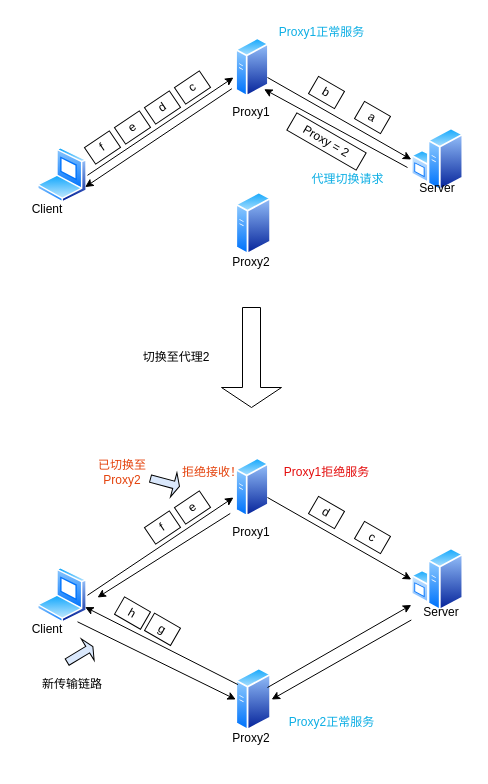
Earlier version of the draw.io diagram proxy.drawio (Norton-Lin/Picture). Source tidied: cells renumbered, new cells numbered last; positions are measured from the earlier drawing's top-left corner, leaving out a move shared by most shapes. Both pictures are drawn from the tidied source at 100%, with x=0, y=0 at pixel (17, 17).
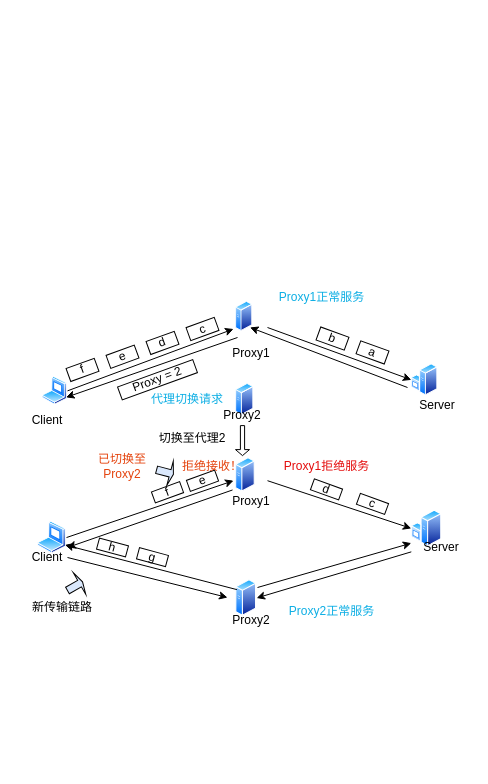
Above is the later version.

Diff of the diagram source:
```diff
@@
-    <mxCell id="2" style="image;perimeter=ellipsePerimeter;html=1;align=center;shadow=0;dashed=0;spacingTop=3;image=img/lib/active_directory/laptop_client.svg;" parent="1" vertex="1">
-      <mxGeometry x="20" y="130" width="50" height="55.6" as="geometry" />
-    </mxCell>
-    <mxCell id="3" style="image;perimeter=ellipsePerimeter;html=1;align=center;shadow=0;dashed=0;spacingTop=3;image=img/lib/active_directory/windows_server.svg;" parent="1" vertex="1">
-      <mxGeometry x="393.8" y="110" width="52.5" height="64" as="geometry" />
-    </mxCell>
-    <mxCell id="4" style="image;perimeter=ellipsePerimeter;html=1;align=center;shadow=0;dashed=0;spacingTop=3;image=img/lib/active_directory/generic_server.svg;" parent="1" vertex="1">
-      <mxGeometry x="218.2" y="20" width="33.6" height="60" as="geometry" />
-    </mxCell>
-    <mxCell id="5" style="image;perimeter=ellipsePerimeter;html=1;align=center;shadow=0;dashed=0;spacingTop=3;image=img/lib/active_directory/generic_server.svg;" parent="1" vertex="1">
-      <mxGeometry x="218.3" y="174" width="35.8" height="64" as="geometry" />
-    </mxCell>
-    <mxCell id="6" value="Client" style="text;html=1;align=center;verticalAlign=middle;whiteSpace=wrap;rounded=0;" parent="1" vertex="1">
-      <mxGeometry y="176.8" width="60" height="30" as="geometry" />
-    </mxCell>
-    <mxCell id="7" value="Server" style="text;html=1;align=center;verticalAlign=middle;whiteSpace=wrap;rounded=0;" parent="1" vertex="1">
-      <mxGeometry x="390" y="155.6" width="60" height="30" as="geometry" />
-    </mxCell>
-    <mxCell id="8" value="Proxy1" style="text;html=1;align=center;verticalAlign=middle;whiteSpace=wrap;rounded=0;" parent="1" vertex="1">
-      <mxGeometry x="204" y="80" width="60" height="30" as="geometry" />
-    </mxCell>
-    <mxCell id="9" value="Proxy2" style="text;html=1;align=center;verticalAlign=middle;whiteSpace=wrap;rounded=0;" parent="1" vertex="1">
-      <mxGeometry x="204" y="230" width="60" height="30" as="geometry" />
-    </mxCell>
-    <mxCell id="10" style="endArrow=classic;html=1;rounded=0;exitX=1;exitY=0.5;exitDx=0;exitDy=0;" parent="1" edge="1" source="2">
-      <mxGeometry relative="1" as="geometry">
-        <mxPoint x="216" y="60" as="targetPoint" />
-      </mxGeometry>
-    </mxCell>
-    <mxCell id="11" value="f" style="rounded=0;whiteSpace=wrap;html=1;rotation=-34;" parent="1" vertex="1">
-      <mxGeometry x="70" y="120" width="30" height="20" as="geometry" />
-    </mxCell>
-    <mxCell id="12" value="e" style="rounded=0;whiteSpace=wrap;html=1;rotation=-34;" parent="1" vertex="1">
-      <mxGeometry x="100" y="100" width="30" height="20" as="geometry" />
-    </mxCell>
-    <mxCell id="13" value="d" style="rounded=0;whiteSpace=wrap;html=1;rotation=-34;" parent="1" vertex="1">
-      <mxGeometry x="130" y="80" width="30" height="20" as="geometry" />
-    </mxCell>
-    <mxCell id="14" value="c" style="rounded=0;whiteSpace=wrap;html=1;rotation=-34;" parent="1" vertex="1">
-      <mxGeometry x="160" y="60" width="30" height="20" as="geometry" />
-    </mxCell>
-    <mxCell id="15" style="endArrow=classic;html=1;rounded=0;entryX=0;entryY=0.5;entryDx=0;entryDy=0;" parent="1" edge="1" target="3">
-      <mxGeometry relative="1" as="geometry">
-        <mxPoint x="250" y="60" as="sourcePoint" />
-      </mxGeometry>
-    </mxCell>
-    <mxCell id="16" value="b" style="rounded=0;whiteSpace=wrap;html=1;rotation=30;" parent="1" vertex="1">
-      <mxGeometry x="294" y="65" width="30" height="20" as="geometry" />
-    </mxCell>
-    <mxCell id="17" value="a" style="rounded=0;whiteSpace=wrap;html=1;rotation=30;" parent="1" vertex="1">
-      <mxGeometry x="340" y="90" width="30" height="20" as="geometry" />
-    </mxCell>
-    <mxCell id="18" style="endArrow=classic;html=1;rounded=0;entryX=1;entryY=1;entryDx=0;entryDy=0;" parent="1" edge="1" target="4">
-      <mxGeometry relative="1" as="geometry">
-        <mxPoint x="390" y="150" as="sourcePoint" />
-      </mxGeometry>
-    </mxCell>
-    <mxCell id="19" value="Proxy = 2" style="rounded=0;whiteSpace=wrap;html=1;rotation=30;" parent="1" vertex="1">
-      <mxGeometry x="269" y="114" width="80" height="20" as="geometry" />
-    </mxCell>
-    <mxCell id="20" style="endArrow=classic;html=1;rounded=0;exitX=-0.114;exitY=0.853;exitDx=0;exitDy=0;exitPerimeter=0;entryX=1;entryY=0.75;entryDx=0;entryDy=0;" parent="1" edge="1" source="4" target="2">
-      <mxGeometry relative="1" as="geometry" />
-    </mxCell>
     <mxCell id="21" style="group;" parent="1" vertex="1">
-      <mxGeometry y="440" width="450" height="310" as="geometry" />
+      <mxGeometry y="440" width="450" height="180" as="geometry" />
     </mxCell>
     <mxCell id="22" style="image;perimeter=ellipsePerimeter;html=1;align=center;shadow=0;dashed=0;spacingTop=3;image=img/lib/active_directory/laptop_client.svg;" parent="21" vertex="1">
-      <mxGeometry x="20" y="110" width="50" height="55.6" as="geometry" />
+      <mxGeometry x="20" y="63.9" width="29" height="32.3" as="geometry" />
     </mxCell>
     <mxCell id="23" style="image;perimeter=ellipsePerimeter;html=1;align=center;shadow=0;dashed=0;spacingTop=3;image=img/lib/active_directory/windows_server.svg;" parent="21" vertex="1">
-      <mxGeometry x="393.8" y="90" width="52.5" height="64" as="geometry" />
+      <mxGeometry x="393.8" y="52.3" width="30.5" height="37.2" as="geometry" />
     </mxCell>
     <mxCell id="24" style="image;perimeter=ellipsePerimeter;html=1;align=center;shadow=0;dashed=0;spacingTop=3;image=img/lib/active_directory/generic_server.svg;" parent="21" vertex="1">
-      <mxGeometry x="218.2" width="33.6" height="60" as="geometry" />
+      <mxGeometry x="218.2" width="19.5" height="34.8" as="geometry" />
     </mxCell>
     <mxCell id="25" style="image;perimeter=ellipsePerimeter;html=1;align=center;shadow=0;dashed=0;spacingTop=3;image=img/lib/active_directory/generic_server.svg;" parent="21" vertex="1">
-      <mxGeometry x="218.3" y="210" width="35.8" height="64" as="geometry" />
+      <mxGeometry x="218.3" y="121.9" width="20.8" height="37.2" as="geometry" />
     </mxCell>
     <mxCell id="26" value="Client" style="text;html=1;align=center;verticalAlign=middle;whiteSpace=wrap;rounded=0;" parent="21" vertex="1">
-      <mxGeometry y="156.8" width="60" height="30" as="geometry" />
+      <mxGeometry y="91" width="60" height="17.4" as="geometry" />
     </mxCell>
     <mxCell id="27" value="Server" style="text;html=1;align=center;verticalAlign=middle;whiteSpace=wrap;rounded=0;" parent="21" vertex="1">
-      <mxGeometry x="393.8" y="140" width="60" height="30" as="geometry" />
+      <mxGeometry x="393.8" y="81.3" width="60" height="17.4" as="geometry" />
     </mxCell>
     <mxCell id="28" value="Proxy1" style="text;html=1;align=center;verticalAlign=middle;whiteSpace=wrap;rounded=0;" parent="21" vertex="1">
-      <mxGeometry x="204" y="60" width="60" height="30" as="geometry" />
+      <mxGeometry x="204" y="34.8" width="60" height="17.4" as="geometry" />
     </mxCell>
     <mxCell id="29" value="Proxy2" style="text;html=1;align=center;verticalAlign=middle;whiteSpace=wrap;rounded=0;" parent="21" vertex="1">
-      <mxGeometry x="204" y="266" width="60" height="30" as="geometry" />
+      <mxGeometry x="204" y="154.5" width="60" height="17.4" as="geometry" />
     </mxCell>
     <mxCell id="30" style="endArrow=classic;html=1;rounded=0;exitX=1;exitY=0.5;exitDx=0;exitDy=0;" parent="21" edge="1" source="22">
       <mxGeometry relative="1" as="geometry">
-        <mxPoint x="216" y="40" as="targetPoint" />
+        <mxPoint x="216" y="23.2" as="targetPoint" />
       </mxGeometry>
     </mxCell>
-    <mxCell id="31" value="f" style="rounded=0;whiteSpace=wrap;html=1;rotation=-34;" parent="21" vertex="1">
-      <mxGeometry x="130" y="60" width="30" height="20" as="geometry" />
+    <mxCell id="31" value="f" style="rounded=0;whiteSpace=wrap;html=1;rotation=-20&#10;;" parent="21" vertex="1">
+      <mxGeometry x="135" y="29" width="30" height="11.6" as="geometry" />
     </mxCell>
-    <mxCell id="32" value="e" style="rounded=0;whiteSpace=wrap;html=1;rotation=-34;" parent="21" vertex="1">
-      <mxGeometry x="160" y="40" width="30" height="20" as="geometry" />
+    <mxCell id="32" value="e" style="rounded=0;whiteSpace=wrap;html=1;rotation=-20&#10;;" parent="21" vertex="1">
+      <mxGeometry x="170" y="17.4" width="30" height="11.6" as="geometry" />
     </mxCell>
     <mxCell id="33" style="endArrow=classic;html=1;rounded=0;entryX=0;entryY=0.5;entryDx=0;entryDy=0;" parent="21" edge="1" target="23">
       <mxGeometry relative="1" as="geometry">
-        <mxPoint x="250" y="40" as="sourcePoint" />
+        <mxPoint x="250" y="23.2" as="sourcePoint" />
       </mxGeometry>
     </mxCell>
-    <mxCell id="34" value="d" style="rounded=0;whiteSpace=wrap;html=1;rotation=30;" parent="21" vertex="1">
-      <mxGeometry x="294" y="45" width="30" height="20" as="geometry" />
+    <mxCell id="34" value="d" style="rounded=0;whiteSpace=wrap;html=1;rotation=20;" parent="21" vertex="1">
+      <mxGeometry x="294" y="26.1" width="30" height="11.6" as="geometry" />
     </mxCell>
-    <mxCell id="35" value="c" style="rounded=0;whiteSpace=wrap;html=1;rotation=30;" parent="21" vertex="1">
-      <mxGeometry x="340" y="70" width="30" height="20" as="geometry" />
+    <mxCell id="35" value="c" style="rounded=0;whiteSpace=wrap;html=1;rotation=20;" parent="21" vertex="1">
+      <mxGeometry x="340" y="40.6" width="30" height="11.6" as="geometry" />
     </mxCell>
     <mxCell id="36" style="endArrow=classic;html=1;rounded=0;entryX=0;entryY=0.25;entryDx=0;entryDy=0;" parent="21" edge="1" target="27">
       <mxGeometry relative="1" as="geometry">
-        <mxPoint x="250" y="230" as="sourcePoint" />
+        <mxPoint x="240" y="130" as="sourcePoint" />
       </mxGeometry>
     </mxCell>
@@
-    <mxCell id="39" style="endArrow=classic;html=1;rounded=0;exitX=1;exitY=0.25;exitDx=0;exitDy=0;entryX=0;entryY=0.5;entryDx=0;entryDy=0;" parent="21" edge="1" source="26" target="25">
-      <mxGeometry relative="1" as="geometry" />
+    <mxCell id="39" style="endArrow=classic;html=1;rounded=0;" parent="21" edge="1">
+      <mxGeometry relative="1" as="geometry">
+        <mxPoint x="50" y="100" as="sourcePoint" />
+        <mxPoint x="210" y="140" as="targetPoint" />
+      </mxGeometry>
     </mxCell>
     <mxCell id="40" style="endArrow=classic;html=1;rounded=0;exitX=-0.162;exitY=0.933;exitDx=0;exitDy=0;exitPerimeter=0;" parent="21" edge="1" source="24">
       <mxGeometry relative="1" as="geometry">
-        <mxPoint x="80" y="140" as="targetPoint" />
+        <mxPoint x="50" y="90" as="targetPoint" />
       </mxGeometry>
     </mxCell>
-    <mxCell id="41" value="g" style="rounded=0;whiteSpace=wrap;html=1;rotation=30;" parent="21" vertex="1">
-      <mxGeometry x="130" y="161.8" width="30" height="20" as="geometry" />
+    <mxCell id="41" value="g" style="rounded=0;whiteSpace=wrap;html=1;rotation=15;" parent="21" vertex="1">
+      <mxGeometry x="120" y="93.9" width="30" height="11.6" as="geometry" />
     </mxCell>
-    <mxCell id="42" value="h" style="rounded=0;whiteSpace=wrap;html=1;rotation=30;" parent="21" vertex="1">
-      <mxGeometry x="100" y="145.6" width="30" height="20" as="geometry" />
+    <mxCell id="42" value="h" style="rounded=0;whiteSpace=wrap;html=1;rotation=15;" parent="21" vertex="1">
+      <mxGeometry x="80" y="84.2" width="30" height="11.6" as="geometry" />
     </mxCell>
     <mxCell id="43" value="&lt;font color=&quot;#e4420c&quot;&gt;拒绝接收！&lt;/font&gt;" style="text;html=1;align=center;verticalAlign=middle;whiteSpace=wrap;rounded=0;" parent="21" vertex="1">
-      <mxGeometry x="160" width="70" height="30" as="geometry" />
+      <mxGeometry x="160" width="70" height="17.4" as="geometry" />
     </mxCell>
-    <mxCell id="44" style="shape=singleArrow;direction=south;whiteSpace=wrap;html=1;rotation=-121;fillColor=#dae8fc;" parent="21" vertex="1">
-      <mxGeometry x="50" y="181.8" width="25" height="30" as="geometry" />
-    </mxCell>
     <mxCell id="45" value="新传输链路" style="text;html=1;align=center;verticalAlign=middle;whiteSpace=wrap;rounded=0;" parent="21" vertex="1">
-      <mxGeometry x="20" y="211.8" width="70" height="30" as="geometry" />
+      <mxGeometry x="10" y="141.7" width="70" height="17.4" as="geometry" />
     </mxCell>
     <mxCell id="46" style="shape=singleArrow;direction=south;whiteSpace=wrap;html=1;rotation=-75;fillColor=#dae8fc;" parent="21" vertex="1">
-      <mxGeometry x="135" y="10" width="25" height="30" as="geometry" />
+      <mxGeometry x="135" y="5.8" width="25" height="17.4" as="geometry" />
     </mxCell>
     <mxCell id="47" value="&lt;font color=&quot;#e4420c&quot;&gt;已切换至Proxy2&lt;/font&gt;" style="text;html=1;align=center;verticalAlign=middle;whiteSpace=wrap;rounded=0;" parent="21" vertex="1">
-      <mxGeometry x="70" width="70" height="30" as="geometry" />
+      <mxGeometry x="70" width="70" height="17.4" as="geometry" />
     </mxCell>
     <mxCell id="48" value="&lt;font color=&quot;#0caee4&quot;&gt;Proxy2正常服务&lt;/font&gt;" style="text;html=1;align=center;verticalAlign=middle;whiteSpace=wrap;rounded=0;" parent="21" vertex="1">
-      <mxGeometry x="264" y="250" width="101" height="30" as="geometry" />
+      <mxGeometry x="264" y="145.2" width="101" height="17.4" as="geometry" />
     </mxCell>
     <mxCell id="49" value="&lt;font color=&quot;#e40c0c&quot;&gt;Proxy1拒绝服务&lt;/font&gt;" style="text;html=1;align=center;verticalAlign=middle;whiteSpace=wrap;rounded=0;" parent="21" vertex="1">
-      <mxGeometry x="258.5" width="101" height="30" as="geometry" />
+      <mxGeometry x="258.5" width="101" height="17.4" as="geometry" />
     </mxCell>
+    <mxCell id="54" style="shape=singleArrow;direction=south;whiteSpace=wrap;html=1;rotation=240;fillColor=#dae8fc;" parent="21" vertex="1">
+      <mxGeometry x="45" y="120" width="25" height="17.4" as="geometry" />
+    </mxCell>
+    <mxCell id="55" style="group;" parent="1" vertex="1">
+      <mxGeometry y="270" width="450" height="180" as="geometry" />
+    </mxCell>
+    <mxCell id="56" style="group;" parent="55" vertex="1">
+      <mxGeometry width="450" height="179.2" as="geometry" />
+    </mxCell>
+    <mxCell id="2" style="image;perimeter=ellipsePerimeter;html=1;align=center;shadow=0;dashed=0;spacingTop=3;image=img/lib/active_directory/laptop_client.svg;" parent="56" vertex="1">
+      <mxGeometry x="24.7" y="89.3" width="25.3" height="28.1" as="geometry" />
+    </mxCell>
+    <mxCell id="3" style="image;perimeter=ellipsePerimeter;html=1;align=center;shadow=0;dashed=0;spacingTop=3;image=img/lib/active_directory/windows_server.svg;" parent="56" vertex="1">
+      <mxGeometry x="393.8" y="76.2" width="26.5" height="32.3" as="geometry" />
+    </mxCell>
+    <mxCell id="4" style="image;perimeter=ellipsePerimeter;html=1;align=center;shadow=0;dashed=0;spacingTop=3;image=img/lib/active_directory/generic_server.svg;" parent="56" vertex="1">
+      <mxGeometry x="218.2" y="13.8" width="17" height="30.3" as="geometry" />
+    </mxCell>
+    <mxCell id="5" style="image;perimeter=ellipsePerimeter;html=1;align=center;shadow=0;dashed=0;spacingTop=3;image=img/lib/active_directory/generic_server.svg;" parent="56" vertex="1">
+      <mxGeometry x="218.2" y="95.8" width="18.1" height="32.3" as="geometry" />
+    </mxCell>
+    <mxCell id="6" value="Client" style="text;html=1;align=center;verticalAlign=middle;whiteSpace=wrap;rounded=0;" parent="56" vertex="1">
+      <mxGeometry y="122.4" width="60" height="20.8" as="geometry" />
+    </mxCell>
+    <mxCell id="7" value="Server" style="text;html=1;align=center;verticalAlign=middle;whiteSpace=wrap;rounded=0;" parent="56" vertex="1">
+      <mxGeometry x="390" y="107.7" width="60" height="20.8" as="geometry" />
+    </mxCell>
+    <mxCell id="8" value="Proxy1" style="text;html=1;align=center;verticalAlign=middle;whiteSpace=wrap;rounded=0;" parent="56" vertex="1">
+      <mxGeometry x="204" y="55.4" width="60" height="20.8" as="geometry" />
+    </mxCell>
+    <mxCell id="10" style="endArrow=classic;html=1;rounded=0;exitX=1;exitY=0.5;exitDx=0;exitDy=0;" parent="56" edge="1" source="2">
+      <mxGeometry relative="1" as="geometry">
+        <mxPoint x="216" y="41.5" as="targetPoint" />
+      </mxGeometry>
+    </mxCell>
+    <mxCell id="11" value="f" style="rounded=0;whiteSpace=wrap;html=1;rotation=-20&#10;;" parent="56" vertex="1">
+      <mxGeometry x="50" y="75.5" width="30" height="13.8" as="geometry" />
+    </mxCell>
+    <mxCell id="12" value="e" style="rounded=0;whiteSpace=wrap;html=1;rotation=-20&#10;;" parent="56" vertex="1">
+      <mxGeometry x="90" y="62.3" width="30" height="13.8" as="geometry" />
+    </mxCell>
+    <mxCell id="13" value="d" style="rounded=0;whiteSpace=wrap;html=1;rotation=-20&#10;;" parent="56" vertex="1">
+      <mxGeometry x="130" y="48.5" width="30" height="13.8" as="geometry" />
+    </mxCell>
+    <mxCell id="14" value="c" style="rounded=0;whiteSpace=wrap;html=1;rotation=-20&#10;;" parent="56" vertex="1">
+      <mxGeometry x="170" y="34.6" width="30" height="13.8" as="geometry" />
+    </mxCell>
+    <mxCell id="15" style="endArrow=classic;html=1;rounded=0;entryX=0;entryY=0.5;entryDx=0;entryDy=0;" parent="56" edge="1" target="3">
+      <mxGeometry relative="1" as="geometry">
+        <mxPoint x="250" y="40" as="sourcePoint" />
+      </mxGeometry>
+    </mxCell>
+    <mxCell id="17" value="a" style="rounded=0;whiteSpace=wrap;html=1;rotation=20;" parent="56" vertex="1">
+      <mxGeometry x="340" y="58" width="30" height="13.8" as="geometry" />
+    </mxCell>
+    <mxCell id="18" style="endArrow=classic;html=1;rounded=0;entryX=1;entryY=1;entryDx=0;entryDy=0;" parent="56" edge="1" target="4">
+      <mxGeometry relative="1" as="geometry">
+        <mxPoint x="390" y="100" as="sourcePoint" />
+      </mxGeometry>
+    </mxCell>
+    <mxCell id="19" value="Proxy = 2" style="rounded=0;whiteSpace=wrap;html=1;rotation=-20;" parent="56" vertex="1">
+      <mxGeometry x="100" y="85.4" width="80" height="13.8" as="geometry" />
+    </mxCell>
+    <mxCell id="20" style="endArrow=classic;html=1;rounded=0;entryX=1;entryY=0.75;entryDx=0;entryDy=0;" parent="56" edge="1" target="2">
+      <mxGeometry relative="1" as="geometry">
+        <mxPoint x="220" y="50" as="sourcePoint" />
+      </mxGeometry>
+    </mxCell>
+    <mxCell id="52" value="&lt;font color=&quot;#0caee4&quot;&gt;Proxy1正常服务&lt;/font&gt;" style="text;html=1;align=center;verticalAlign=middle;whiteSpace=wrap;rounded=0;" parent="56" vertex="1">
+      <mxGeometry x="254.2" width="101" height="20.8" as="geometry" />
+    </mxCell>
+    <mxCell id="53" value="&lt;font color=&quot;#0caee4&quot;&gt;代理切换请求&lt;/font&gt;" style="text;html=1;align=center;verticalAlign=middle;whiteSpace=wrap;rounded=0;" parent="56" vertex="1">
+      <mxGeometry x="130" y="101.6" width="80" height="20.8" as="geometry" />
+    </mxCell>
+    <mxCell id="16" value="b" style="rounded=0;whiteSpace=wrap;html=1;rotation=20;" parent="56" vertex="1">
+      <mxGeometry x="300" y="44.2" width="30" height="13.8" as="geometry" />
+    </mxCell>
+    <mxCell id="9" value="Proxy2" style="text;html=1;align=center;verticalAlign=middle;whiteSpace=wrap;rounded=0;" parent="56" vertex="1">
+      <mxGeometry x="195" y="117.4" width="60" height="20.8" as="geometry" />
+    </mxCell>
-    <mxCell id="50" style="shape=singleArrow;direction=south;whiteSpace=wrap;html=1;" parent="1" vertex="1">
-      <mxGeometry x="204" y="290" width="60" height="100" as="geometry" />
+    <mxCell id="50" style="shape=singleArrow;direction=south;whiteSpace=wrap;html=1;" parent="56" vertex="1">
+      <mxGeometry x="218" y="138.1" width="14" height="30" as="geometry" />
     </mxCell>
-    <mxCell id="51" value="切换至代理2" style="text;html=1;align=center;verticalAlign=middle;whiteSpace=wrap;rounded=0;" parent="1" vertex="1">
-      <mxGeometry x="114" y="327.5" width="90" height="25" as="geometry" />
+    <mxCell id="51" value="切换至代理2" style="text;html=1;align=center;verticalAlign=middle;whiteSpace=wrap;rounded=0;" parent="56" vertex="1">
+      <mxGeometry x="130" y="138.1" width="90" height="25" as="geometry" />
     </mxCell>
-    <mxCell id="52" value="&lt;font color=&quot;#0caee4&quot;&gt;Proxy1正常服务&lt;/font&gt;" style="text;html=1;align=center;verticalAlign=middle;whiteSpace=wrap;rounded=0;" parent="1" vertex="1">
-      <mxGeometry x="254.2" width="101" height="30" as="geometry" />
-    </mxCell>
-    <mxCell id="53" value="&lt;font color=&quot;#0caee4&quot;&gt;代理切换请求&lt;/font&gt;" style="text;html=1;align=center;verticalAlign=middle;whiteSpace=wrap;rounded=0;" parent="1" vertex="1">
-      <mxGeometry x="280" y="146.8" width="101" height="30" as="geometry" />
-    </mxCell>
```
